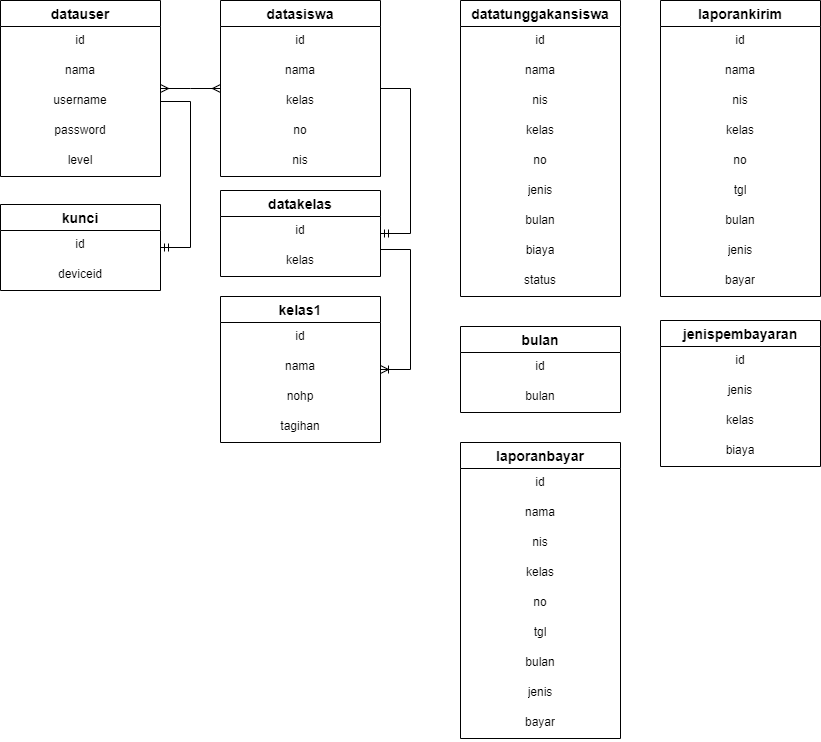
The draw.io diagram ERD.drawio.png in Dityaren/Diagram, before a commit. Source tidied: cells renumbered, new cells last; positions are measured from the earlier drawing's top-left corner, leaving out a move shared by most shapes.
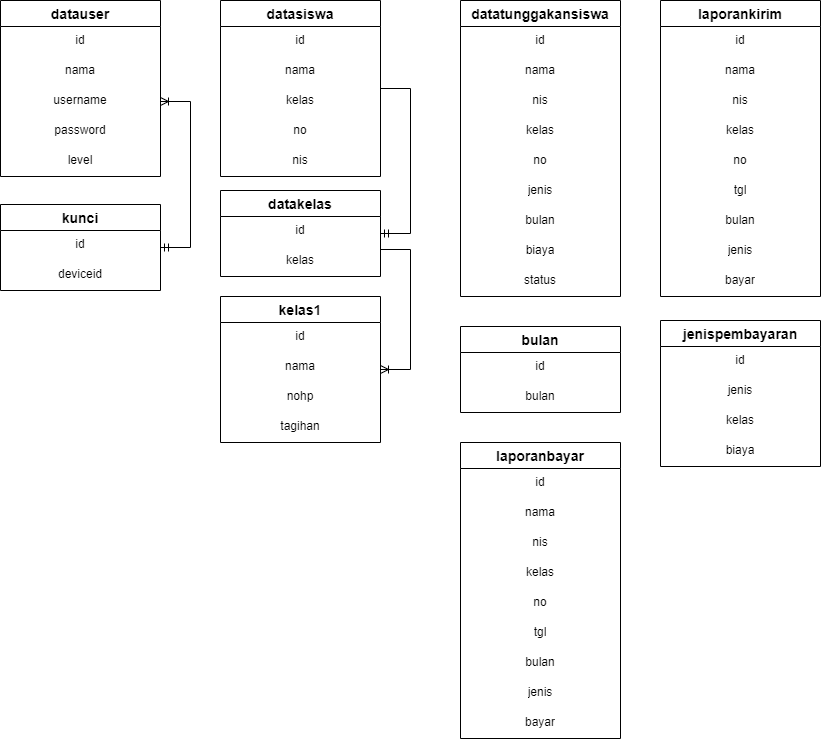
Later version of the same file.

What changed in the source:
```diff
@@ -155,15 +155,9 @@
     <mxCell id="52" value="biaya" style="text;strokeColor=none;fillColor=none;spacingLeft=4;spacingRight=4;overflow=hidden;fontSize=12;align=center;" parent="48" vertex="1">
       <mxGeometry y="116" width="160" height="30" as="geometry" />
     </mxCell>
-    <mxCell id="53" style="edgeStyle=entityRelationEdgeStyle;fontSize=12;html=1;endArrow=ERmandOne;rounded=0;spacing=8;exitX=1;exitY=0.5;exitDx=0;exitDy=0;" parent="1" edge="1" source="5" target="8">
-      <mxGeometry relative="1" as="geometry" />
-    </mxCell>
     <mxCell id="54" style="edgeStyle=entityRelationEdgeStyle;fontSize=12;html=1;endArrow=ERmandOne;rounded=0;" parent="1" edge="1" source="17" target="11">
       <mxGeometry relative="1" as="geometry" />
     </mxCell>
-    <mxCell id="55" style="edgeStyle=entityRelationEdgeStyle;fontSize=12;html=1;endArrow=ERmany;startArrow=ERmany;rounded=0;" parent="1" edge="1" source="2" target="17">
-      <mxGeometry relative="1" as="geometry" />
-    </mxCell>
     <mxCell id="56" style="edgeStyle=entityRelationEdgeStyle;fontSize=12;html=1;endArrow=ERoneToMany;rounded=0;exitX=1;exitY=0.1;exitDx=0;exitDy=0;exitPerimeter=0;" parent="1" edge="1" source="13" target="33">
       <mxGeometry relative="1" as="geometry" />
     </mxCell>
@@ -197,5 +191,8 @@
     <mxCell id="66" value="bayar" style="text;strokeColor=none;fillColor=none;spacingLeft=4;spacingRight=4;overflow=hidden;fontSize=12;align=center;html=1;" parent="57" vertex="1">
       <mxGeometry y="266" width="160" height="30" as="geometry" />
     </mxCell>
+    <mxCell id="67" style="edgeStyle=entityRelationEdgeStyle;fontSize=12;html=1;endArrow=ERoneToMany;startArrow=ERmandOne;rounded=0;entryX=1;entryY=0.5;entryDx=0;entryDy=0;" parent="1" edge="1" source="8" target="5">
+      <mxGeometry relative="1" as="geometry" />
+    </mxCell>
   </root>
 </mxGraphModel>
```
